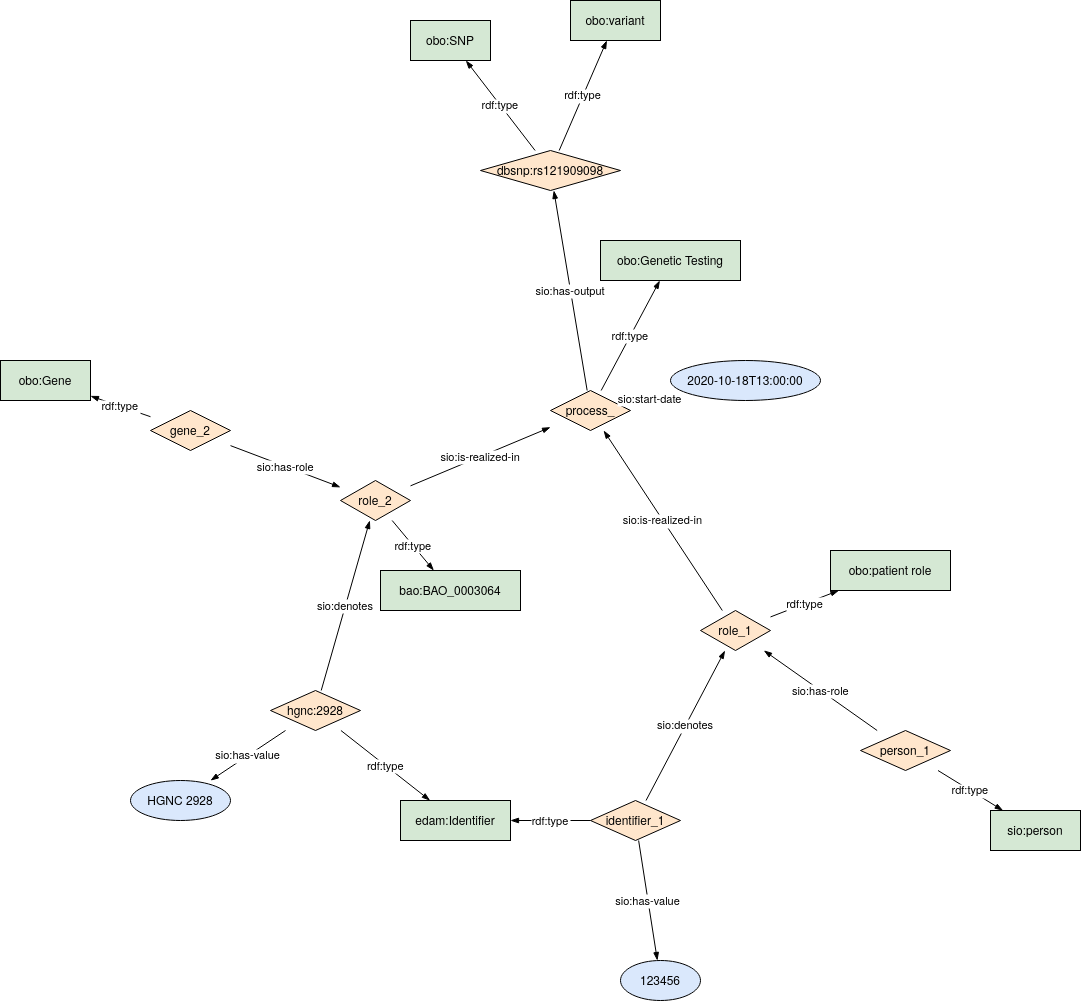
This is images/6_Genetic_diagnosis_SIO.png from sxzhang1201/ERN-common-data-elements, a draw.io export, as it was before one commit. Source tidied: cells renumbered, new cells last; positions are measured from the earlier drawing's top-left corner, leaving out a move shared by most shapes.
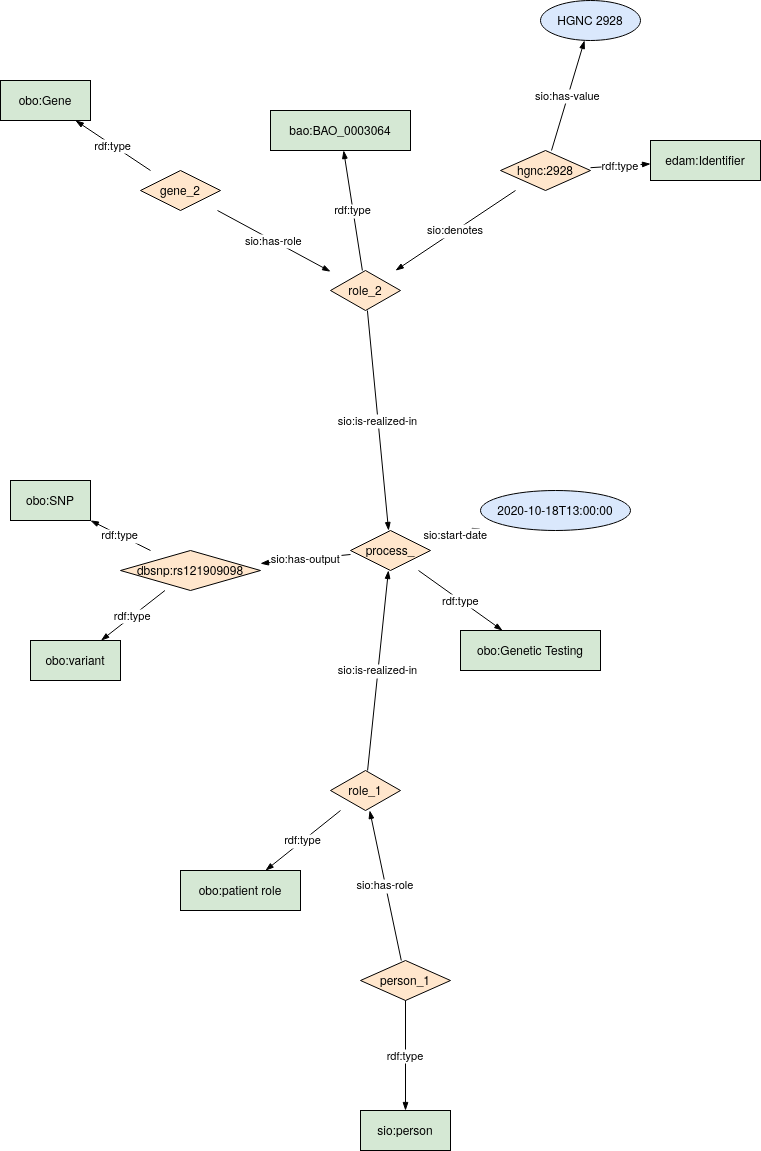
The same file after the commit.

Change to the diagram source:
```diff
@@ -2,157 +2,138 @@
   <root>
     <mxCell id="0" />
     <mxCell id="1" parent="0" />
-    <object id="2" label="%name%" name="dbsnp:rs121909098" placeholders="1">
-      <mxCell style="shape=rhombus;fillColor=#FFE6CC;strokeColor=#000000;" parent="1" vertex="1">
-        <mxGeometry x="480" y="150" width="140" height="40" as="geometry" />
-      </mxCell>
-    </object>
-    <object id="3" label="%name%" name="obo:variant" placeholders="1">
-      <mxCell style="shape=rounded;fillColor=#d5e8d4;strokeColor=#000000;" parent="1" vertex="1">
-        <mxGeometry x="570" width="90" height="40" as="geometry" />
-      </mxCell>
-    </object>
-    <object id="4" label="%name%" name="role_2" placeholders="1">
-      <mxCell style="shape=rhombus;fillColor=#FFE6CC;strokeColor=#000000;" parent="1" vertex="1">
-        <mxGeometry x="340" y="480" width="70" height="40" as="geometry" />
-      </mxCell>
-    </object>
-    <object id="5" label="%name%" name="bao:BAO_0003064" placeholders="1">
-      <mxCell style="shape=rounded;fillColor=#d5e8d4;strokeColor=#000000;" parent="1" vertex="1">
-        <mxGeometry x="380" y="570" width="140" height="40" as="geometry" />
-      </mxCell>
-    </object>
-    <object id="6" label="%name%" name="person_1" placeholders="1">
-      <mxCell style="shape=rhombus;fillColor=#FFE6CC;strokeColor=#000000;" parent="1" vertex="1">
-        <mxGeometry x="860" y="730" width="90" height="40" as="geometry" />
-      </mxCell>
-    </object>
-    <object id="7" label="%name%" name="sio:person" placeholders="1">
-      <mxCell style="shape=rounded;fillColor=#d5e8d4;strokeColor=#000000;" parent="1" vertex="1">
-        <mxGeometry x="990" y="810" width="90" height="40" as="geometry" />
-      </mxCell>
-    </object>
-    <object id="8" label="%name%" name="obo:SNP" placeholders="1">
-      <mxCell style="shape=rounded;fillColor=#d5e8d4;strokeColor=#000000;" parent="1" vertex="1">
-        <mxGeometry x="410" y="20" width="80" height="40" as="geometry" />
-      </mxCell>
-    </object>
-    <object id="9" label="%name%" name="role_1" placeholders="1">
-      <mxCell style="shape=rhombus;fillColor=#FFE6CC;strokeColor=#000000;" parent="1" vertex="1">
-        <mxGeometry x="700" y="610" width="70" height="40" as="geometry" />
-      </mxCell>
-    </object>
-    <object id="10" label="%name%" name="obo:patient role" placeholders="1">
-      <mxCell style="shape=rounded;fillColor=#d5e8d4;strokeColor=#000000;" parent="1" vertex="1">
-        <mxGeometry x="830" y="550" width="120" height="40" as="geometry" />
-      </mxCell>
-    </object>
-    <object id="11" label="%name%" name="gene_2" placeholders="1">
-      <mxCell style="shape=rhombus;fillColor=#FFE6CC;strokeColor=#000000;" parent="1" vertex="1">
-        <mxGeometry x="150" y="410" width="80" height="40" as="geometry" />
-      </mxCell>
-    </object>
-    <object id="12" label="%name%" name="process_" placeholders="1">
-      <mxCell style="shape=rhombus;fillColor=#FFE6CC;strokeColor=#000000;" parent="1" vertex="1">
-        <mxGeometry x="550" y="390" width="80" height="40" as="geometry" />
-      </mxCell>
-    </object>
-    <object id="13" label="%name%" name="2020-10-18T13:00:00" placeholders="1">
-      <mxCell style="shape=ellipse;fillColor=#DAE8FC;strokeColor=#000000;" parent="1" vertex="1">
-        <mxGeometry x="670" y="360" width="150" height="40" as="geometry" />
-      </mxCell>
-    </object>
-    <object id="14" label="%name%" name="hgnc:2928" placeholders="1">
-      <mxCell style="shape=rhombus;fillColor=#FFE6CC;strokeColor=#000000;" parent="1" vertex="1">
-        <mxGeometry x="270" y="690" width="90" height="40" as="geometry" />
-      </mxCell>
-    </object>
-    <object id="15" label="%name%" name="edam:Identifier" placeholders="1">
-      <mxCell style="shape=rounded;fillColor=#d5e8d4;strokeColor=#000000;" parent="1" vertex="1">
-        <mxGeometry x="400" y="800" width="110" height="40" as="geometry" />
-      </mxCell>
-    </object>
-    <object id="16" label="%name%" name="identifier_1" placeholders="1">
-      <mxCell style="shape=rhombus;fillColor=#FFE6CC;strokeColor=#000000;" parent="1" vertex="1">
-        <mxGeometry x="590" y="800" width="90" height="40" as="geometry" />
-      </mxCell>
-    </object>
-    <object id="17" label="%name%" name="123456" placeholders="1">
-      <mxCell style="shape=ellipse;fillColor=#DAE8FC;strokeColor=#000000;" parent="1" vertex="1">
-        <mxGeometry x="620" y="960" width="80" height="40" as="geometry" />
-      </mxCell>
-    </object>
-    <object id="18" label="%name%" name="obo:Gene" placeholders="1">
-      <mxCell style="shape=rounded;fillColor=#d5e8d4;strokeColor=#000000;" parent="1" vertex="1">
-        <mxGeometry y="360" width="90" height="40" as="geometry" />
-      </mxCell>
-    </object>
-    <object id="19" label="%name%" name="HGNC 2928" placeholders="1">
-      <mxCell style="shape=ellipse;fillColor=#DAE8FC;strokeColor=#000000;" parent="1" vertex="1">
-        <mxGeometry x="130" y="780" width="100" height="40" as="geometry" />
-      </mxCell>
-    </object>
-    <object id="20" label="%name%" name="obo:Genetic Testing" placeholders="1">
-      <mxCell style="shape=rounded;fillColor=#d5e8d4;strokeColor=#000000;" parent="1" vertex="1">
-        <mxGeometry x="600" y="240" width="140" height="40" as="geometry" />
-      </mxCell>
-    </object>
-    <mxCell id="21" value="rdf:type" style="curved=0;endArrow=blockThin;endFill=1;" parent="1" edge="1" source="2" target="3">
-      <mxGeometry relative="1" as="geometry" />
-    </mxCell>
-    <mxCell id="22" value="rdf:type" style="curved=0;endArrow=blockThin;endFill=1;" parent="1" edge="1" source="4" target="5">
-      <mxGeometry relative="1" as="geometry" />
-    </mxCell>
-    <mxCell id="23" value="rdf:type" style="curved=0;endArrow=blockThin;endFill=1;" parent="1" edge="1" source="6" target="7">
-      <mxGeometry relative="1" as="geometry" />
-    </mxCell>
-    <mxCell id="24" value="rdf:type" style="curved=0;endArrow=blockThin;endFill=1;" parent="1" edge="1" source="2" target="8">
-      <mxGeometry relative="1" as="geometry" />
-    </mxCell>
-    <mxCell id="25" value="rdf:type" style="curved=0;endArrow=blockThin;endFill=1;" parent="1" edge="1" source="9" target="10">
-      <mxGeometry relative="1" as="geometry" />
-    </mxCell>
-    <mxCell id="26" value="rdf:type" style="curved=0;endArrow=blockThin;endFill=1;" parent="1" edge="1" source="16" target="15">
-      <mxGeometry relative="1" as="geometry" />
-    </mxCell>
-    <mxCell id="27" value="rdf:type" style="curved=0;endArrow=blockThin;endFill=1;" parent="1" edge="1" source="14" target="15">
-      <mxGeometry relative="1" as="geometry" />
-    </mxCell>
-    <mxCell id="28" value="rdf:type" style="curved=0;endArrow=blockThin;endFill=1;" parent="1" edge="1" source="11" target="18">
-      <mxGeometry relative="1" as="geometry" />
-    </mxCell>
-    <mxCell id="29" value="rdf:type" style="curved=0;endArrow=blockThin;endFill=1;" parent="1" edge="1" source="12" target="20">
-      <mxGeometry relative="1" as="geometry" />
-    </mxCell>
-    <mxCell id="30" value="sio:has-role" style="curved=0;endArrow=blockThin;endFill=1;" parent="1" edge="1" source="11" target="4">
-      <mxGeometry relative="1" as="geometry" />
-    </mxCell>
-    <mxCell id="31" value="sio:has-role" style="curved=0;endArrow=blockThin;endFill=1;" parent="1" edge="1" source="6" target="9">
-      <mxGeometry relative="1" as="geometry" />
-    </mxCell>
+    <object id="40" label="%name%" name="hgnc:2928" placeholders="1">
+      <mxCell style="shape=rhombus;fillColor=#FFE6CC;strokeColor=#000000;" parent="1" vertex="1">
+        <mxGeometry x="500" y="220" width="90" height="40" as="geometry" />
+      </mxCell>
+    </object>
+    <object id="41" label="%name%" name="role_2" placeholders="1">
+      <mxCell style="shape=rhombus;fillColor=#FFE6CC;strokeColor=#000000;" parent="1" vertex="1">
+        <mxGeometry x="330" y="340" width="70" height="40" as="geometry" />
+      </mxCell>
+    </object>
+    <object id="42" label="%name%" name="process_" placeholders="1">
+      <mxCell style="shape=rhombus;fillColor=#FFE6CC;strokeColor=#000000;" parent="1" vertex="1">
+        <mxGeometry x="350" y="600" width="80" height="40" as="geometry" />
+      </mxCell>
+    </object>
+    <object id="43" label="%name%" name="2020-10-18T13:00:00" placeholders="1">
+      <mxCell style="shape=ellipse;fillColor=#DAE8FC;strokeColor=#000000;" parent="1" vertex="1">
+        <mxGeometry x="480" y="560" width="150" height="40" as="geometry" />
+      </mxCell>
+    </object>
+    <object id="44" label="%name%" name="obo:Genetic Testing" placeholders="1">
+      <mxCell style="shape=rounded;fillColor=#d5e8d4;strokeColor=#000000;" parent="1" vertex="1">
+        <mxGeometry x="460" y="700" width="140" height="40" as="geometry" />
+      </mxCell>
+    </object>
+    <object id="45" label="%name%" name="gene_2" placeholders="1">
+      <mxCell style="shape=rhombus;fillColor=#FFE6CC;strokeColor=#000000;" parent="1" vertex="1">
+        <mxGeometry x="140" y="240" width="80" height="40" as="geometry" />
+      </mxCell>
+    </object>
+    <object id="46" label="%name%" name="obo:Gene" placeholders="1">
+      <mxCell style="shape=rounded;fillColor=#d5e8d4;strokeColor=#000000;" parent="1" vertex="1">
+        <mxGeometry y="150" width="90" height="40" as="geometry" />
+      </mxCell>
+    </object>
+    <object id="47" label="%name%" name="dbsnp:rs121909098" placeholders="1">
+      <mxCell style="shape=rhombus;fillColor=#FFE6CC;strokeColor=#000000;" parent="1" vertex="1">
+        <mxGeometry x="120" y="620" width="140" height="40" as="geometry" />
+      </mxCell>
+    </object>
+    <object id="48" label="%name%" name="obo:SNP" placeholders="1">
+      <mxCell style="shape=rounded;fillColor=#d5e8d4;strokeColor=#000000;" parent="1" vertex="1">
+        <mxGeometry x="10" y="550" width="80" height="40" as="geometry" />
+      </mxCell>
+    </object>
+    <object id="49" label="%name%" name="person_1" placeholders="1">
+      <mxCell style="shape=rhombus;fillColor=#FFE6CC;strokeColor=#000000;" parent="1" vertex="1">
+        <mxGeometry x="360" y="1030" width="90" height="40" as="geometry" />
+      </mxCell>
+    </object>
+    <object id="50" label="%name%" name="role_1" placeholders="1">
+      <mxCell style="shape=rhombus;fillColor=#FFE6CC;strokeColor=#000000;" parent="1" vertex="1">
+        <mxGeometry x="330" y="840" width="70" height="40" as="geometry" />
+      </mxCell>
+    </object>
+    <object id="51" label="%name%" name="HGNC 2928" placeholders="1">
+      <mxCell style="shape=ellipse;fillColor=#DAE8FC;strokeColor=#000000;" parent="1" vertex="1">
+        <mxGeometry x="540" y="70" width="100" height="40" as="geometry" />
+      </mxCell>
+    </object>
+    <object id="52" label="%name%" name="bao:BAO_0003064" placeholders="1">
+      <mxCell style="shape=rounded;fillColor=#d5e8d4;strokeColor=#000000;" parent="1" vertex="1">
+        <mxGeometry x="270" y="180" width="140" height="40" as="geometry" />
+      </mxCell>
+    </object>
+    <object id="53" label="%name%" name="obo:variant" placeholders="1">
+      <mxCell style="shape=rounded;fillColor=#d5e8d4;strokeColor=#000000;" parent="1" vertex="1">
+        <mxGeometry x="30" y="710" width="90" height="40" as="geometry" />
+      </mxCell>
+    </object>
+    <object id="54" label="%name%" name="edam:Identifier" placeholders="1">
+      <mxCell style="shape=rounded;fillColor=#d5e8d4;strokeColor=#000000;" parent="1" vertex="1">
+        <mxGeometry x="650" y="210" width="110" height="40" as="geometry" />
+      </mxCell>
+    </object>
+    <object id="55" label="%name%" name="obo:patient role" placeholders="1">
+      <mxCell style="shape=rounded;fillColor=#d5e8d4;strokeColor=#000000;" parent="1" vertex="1">
+        <mxGeometry x="180" y="940" width="120" height="40" as="geometry" />
+      </mxCell>
+    </object>
+    <object id="56" label="%name%" name="sio:person" placeholders="1">
+      <mxCell style="shape=rounded;fillColor=#d5e8d4;strokeColor=#000000;" parent="1" vertex="1">
+        <mxGeometry x="360" y="1180" width="90" height="40" as="geometry" />
+      </mxCell>
+    </object>
+    <mxCell id="57" value="sio:denotes" style="curved=0;endArrow=blockThin;endFill=1;" parent="1" edge="1" source="40" target="41">
+      <mxGeometry relative="1" as="geometry" />
+    </mxCell>
+    <mxCell id="58" value="sio:is-realized-in" style="curved=0;endArrow=blockThin;endFill=1;" parent="1" edge="1" source="41" target="42">
+      <mxGeometry relative="1" as="geometry" />
+    </mxCell>
+    <mxCell id="59" value="sio:is-realized-in" style="curved=0;endArrow=blockThin;endFill=1;" parent="1" edge="1" source="50" target="42">
+      <mxGeometry relative="1" as="geometry" />
+    </mxCell>
-    <mxCell id="32" value="sio:start-date" style="curved=0;endArrow=blockThin;endFill=1;" parent="1" edge="1" source="12" target="13">
+    <mxCell id="32" value="sio:start-date" style="curved=0;endArrow=blockThin;endFill=1;" parent="1" edge="1" source="42" target="43">
       <mxGeometry relative="1" as="geometry" />
     </mxCell>
-    <mxCell id="33" value="sio:denotes" style="curved=0;endArrow=blockThin;endFill=1;" parent="1" edge="1" source="14" target="4">
-      <mxGeometry relative="1" as="geometry" />
-    </mxCell>
-    <mxCell id="34" value="sio:denotes" style="curved=0;endArrow=blockThin;endFill=1;" parent="1" edge="1" source="16" target="9">
-      <mxGeometry relative="1" as="geometry" />
-    </mxCell>
+    <mxCell id="60" value="rdf:type" style="curved=0;endArrow=blockThin;endFill=1;" parent="1" edge="1" source="42" target="44">
+      <mxGeometry relative="1" as="geometry" />
+    </mxCell>
+    <mxCell id="61" value="rdf:type" style="curved=0;endArrow=blockThin;endFill=1;" parent="1" edge="1" source="45" target="46">
+      <mxGeometry relative="1" as="geometry" />
+    </mxCell>
+    <mxCell id="62" value="rdf:type" style="curved=0;endArrow=blockThin;endFill=1;" parent="1" edge="1" source="47" target="48">
+      <mxGeometry relative="1" as="geometry" />
+    </mxCell>
+    <mxCell id="63" value="rdf:type" style="curved=0;endArrow=blockThin;endFill=1;" parent="1" edge="1" source="41" target="52">
+      <mxGeometry relative="1" as="geometry" />
+    </mxCell>
+    <mxCell id="64" value="rdf:type" style="curved=0;endArrow=blockThin;endFill=1;" parent="1" edge="1" source="47" target="53">
+      <mxGeometry relative="1" as="geometry" />
+    </mxCell>
+    <mxCell id="65" value="rdf:type" style="curved=0;endArrow=blockThin;endFill=1;" parent="1" edge="1" source="40" target="54">
+      <mxGeometry relative="1" as="geometry" />
+    </mxCell>
+    <mxCell id="66" value="rdf:type" style="curved=0;endArrow=blockThin;endFill=1;" parent="1" edge="1" source="50" target="55">
+      <mxGeometry relative="1" as="geometry" />
+    </mxCell>
+    <mxCell id="67" value="rdf:type" style="curved=0;endArrow=blockThin;endFill=1;" parent="1" edge="1" source="49" target="56">
+      <mxGeometry relative="1" as="geometry" />
+    </mxCell>
+    <mxCell id="68" value="sio:has-role" style="curved=0;endArrow=blockThin;endFill=1;" parent="1" edge="1" source="45" target="41">
+      <mxGeometry relative="1" as="geometry" />
+    </mxCell>
+    <mxCell id="69" value="sio:has-role" style="curved=0;endArrow=blockThin;endFill=1;" parent="1" edge="1" source="49" target="50">
+      <mxGeometry relative="1" as="geometry" />
+    </mxCell>
+    <mxCell id="70" value="sio:has-value" style="curved=0;endArrow=blockThin;endFill=1;" parent="1" edge="1" source="40" target="51">
+      <mxGeometry relative="1" as="geometry" />
+    </mxCell>
-    <mxCell id="35" value="sio:has-output" style="curved=0;endArrow=blockThin;endFill=1;" parent="1" edge="1" source="12" target="2">
+    <mxCell id="35" value="sio:has-output" style="curved=0;endArrow=blockThin;endFill=1;" parent="1" edge="1" source="42" target="47">
       <mxGeometry relative="1" as="geometry" />
     </mxCell>
-    <mxCell id="36" value="sio:is-realized-in" style="curved=0;endArrow=blockThin;endFill=1;" parent="1" edge="1" source="4" target="12">
-      <mxGeometry relative="1" as="geometry" />
-    </mxCell>
-    <mxCell id="37" value="sio:is-realized-in" style="curved=0;endArrow=blockThin;endFill=1;" parent="1" edge="1" source="9" target="12">
-      <mxGeometry relative="1" as="geometry" />
-    </mxCell>
-    <mxCell id="38" value="sio:has-value" style="curved=0;endArrow=blockThin;endFill=1;" parent="1" edge="1" source="16" target="17">
-      <mxGeometry relative="1" as="geometry" />
-    </mxCell>
-    <mxCell id="39" value="sio:has-value" style="curved=0;endArrow=blockThin;endFill=1;" parent="1" edge="1" source="14" target="19">
-      <mxGeometry relative="1" as="geometry" />
-    </mxCell>
   </root>
 </mxGraphModel>
```
